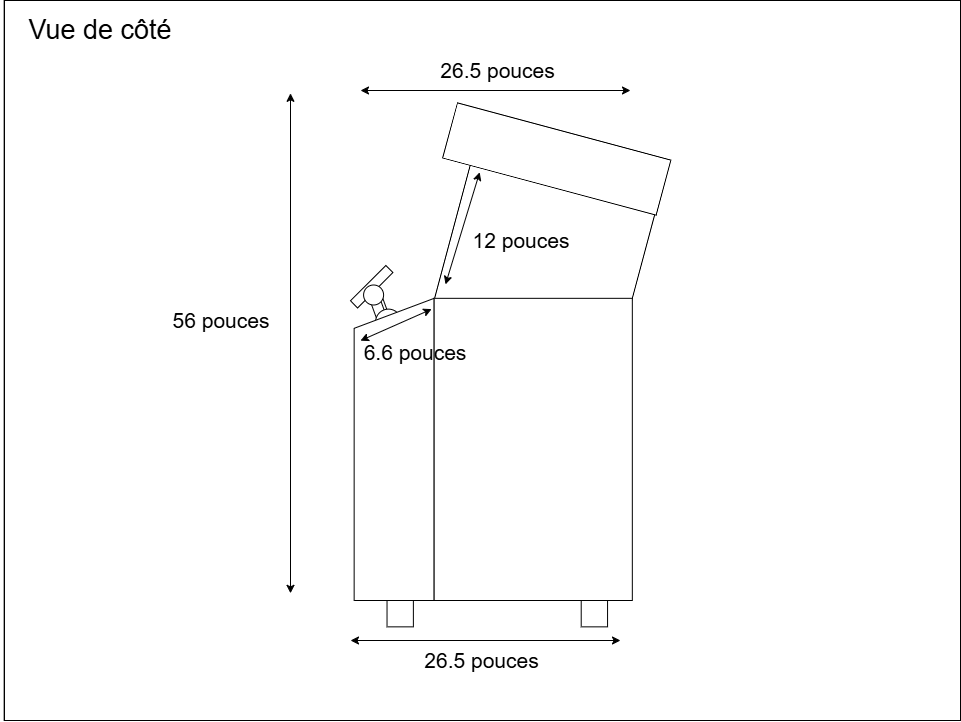
The draw.io diagram technique/plan_implantation_02.drawio.png in deux-intelligence/deux-neurones, before a commit. Source tidied: cells renumbered, new cells last; positions are measured from the earlier drawing's top-left corner, leaving out a move shared by most shapes.
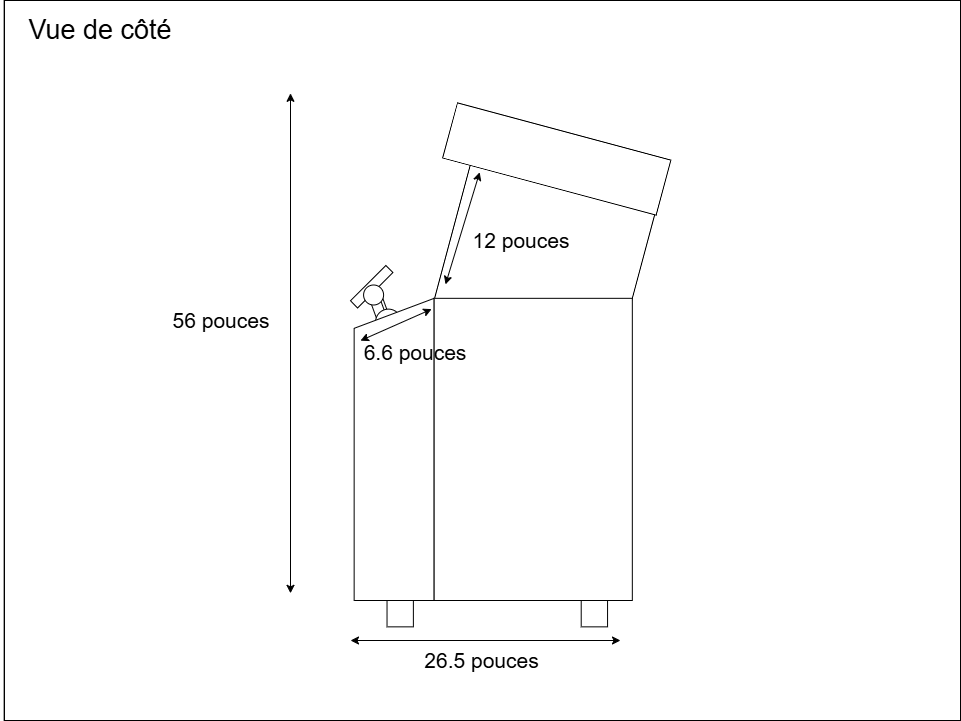
The same diagram one commit later.

Commit message:
Modification du plan synoptique et liste d'équipement

Change to the diagram source:
```diff
@@ -64,15 +64,6 @@
     <mxCell id="20" value="12 pouces" style="text;html=1;whiteSpace=wrap;strokeColor=none;fillColor=none;align=center;verticalAlign=middle;rounded=0;fontSize=21;" parent="3" vertex="1">
       <mxGeometry x="466.4" y="230" width="101.5" height="20" as="geometry" />
     </mxCell>
-    <mxCell id="21" style="endArrow=classic;startArrow=classic;html=1;" parent="3" edge="1">
-      <mxGeometry relative="1" as="geometry">
-        <mxPoint x="356.3" y="90" as="sourcePoint" />
-        <mxPoint x="626.4" y="90" as="targetPoint" />
-      </mxGeometry>
-    </mxCell>
-    <mxCell id="22" value="26.5 pouces" style="text;html=1;whiteSpace=wrap;strokeColor=none;fillColor=none;align=center;verticalAlign=middle;rounded=0;fontSize=21;" parent="3" vertex="1">
-      <mxGeometry x="430" y="60" width="127.2" height="20" as="geometry" />
-    </mxCell>
     <mxCell id="23" value="Vue de côté" style="text;html=1;whiteSpace=wrap;strokeColor=none;fillColor=none;align=center;verticalAlign=middle;rounded=0;fontSize=27;" parent="1" vertex="1">
       <mxGeometry width="200" height="60" as="geometry" />
     </mxCell>
```
